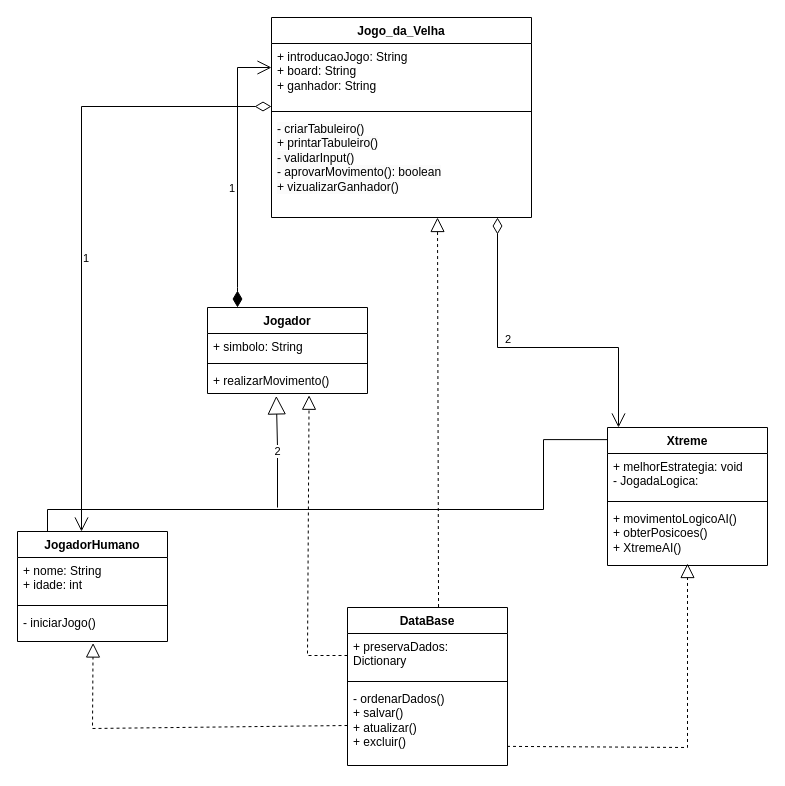
antonioscarvalho/Projetos-Orientados-a-Objetos keeps this draw.io diagram as mini_projeto_3/Projeto_3/diagrama_de_classes.drawio. Above is the earlier version. Source tidied: cells renumbered, new cells numbered last; positions are measured from the earlier drawing's top-left corner, leaving out a move shared by most shapes. Both pictures are drawn from the tidied source at 100%, with x=0, y=0 at pixel (17, 17).
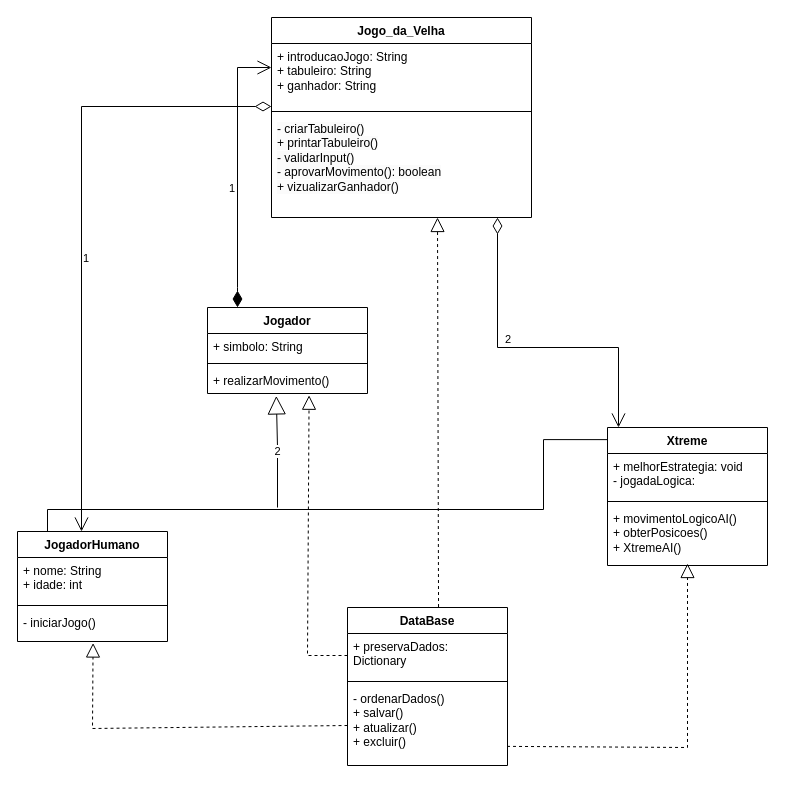
Above is the later version.

The change refers to these unchanged cells:
```xml
<mxCell id="6" value="Jogo_da_Velha" style="swimlane;fontStyle=1;align=center;verticalAlign=top;horizontal=1;startSize=26;whiteSpace=wrap;html=1;" parent="1" vertex="1">
  <mxGeometry x="254" width="260" height="200" as="geometry" />
</mxCell>
<mxCell id="16" value="Xtreme" style="swimlane;fontStyle=1;align=center;verticalAlign=top;horizontal=1;startSize=26;whiteSpace=wrap;html=1;" parent="1" vertex="1">
  <mxGeometry x="590" y="410" width="160" height="138" as="geometry" />
</mxCell>
```

What changed in the source:
```diff
@@
-    <mxCell id="7" value="+ introducaoJogo: String&lt;br&gt;+ board: String&lt;br&gt;+ ganhador: String" style="text;strokeColor=none;fillColor=none;align=left;verticalAlign=top;spacingLeft=4;spacingRight=4;overflow=hidden;whiteSpace=wrap;html=1;" parent="6" vertex="1">
+    <mxCell id="7" value="+ introducaoJogo: String&lt;br&gt;+ tabuleiro: String&lt;br&gt;+ ganhador: String" style="text;strokeColor=none;fillColor=none;align=left;verticalAlign=top;spacingLeft=4;spacingRight=4;overflow=hidden;whiteSpace=wrap;html=1;" parent="6" vertex="1">
       <mxGeometry y="26" width="260" height="64" as="geometry" />
     </mxCell>
@@
-    <mxCell id="17" value="+ melhorEstrategia: void&lt;br&gt;- JogadaLogica:&amp;nbsp;" style="text;strokeColor=none;fillColor=none;align=left;verticalAlign=top;spacingLeft=4;spacingRight=4;overflow=hidden;whiteSpace=wrap;html=1;" parent="16" vertex="1">
+    <mxCell id="17" value="+ melhorEstrategia: void&lt;br&gt;- jogadaLogica:&amp;nbsp;" style="text;strokeColor=none;fillColor=none;align=left;verticalAlign=top;spacingLeft=4;spacingRight=4;overflow=hidden;whiteSpace=wrap;html=1;" parent="16" vertex="1">
       <mxGeometry y="26" width="160" height="44" as="geometry" />
     </mxCell>
```
